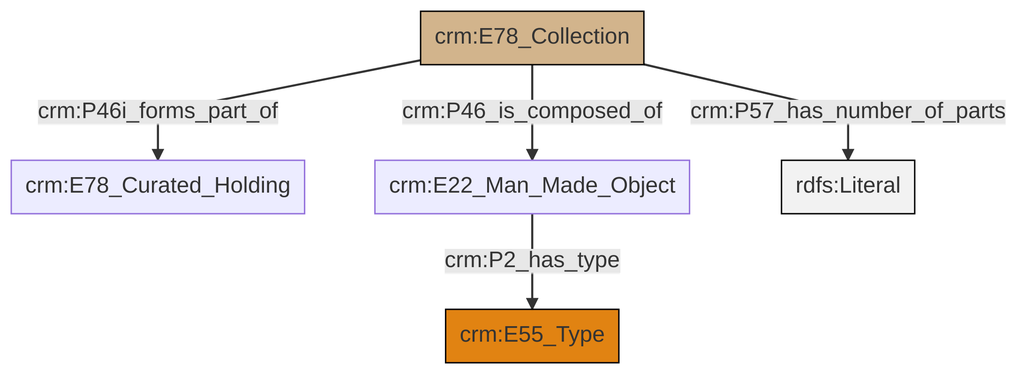
The Mermaid diagram et/archivalCSV/ttl/mmd/png/archival_parthood.png in swiss-art-research-net/docs.swissartresearch, before a commit. Its source is kept beside it as et/archivalCSV/ttl/mmd/archival_parthood.ttl.mmd.
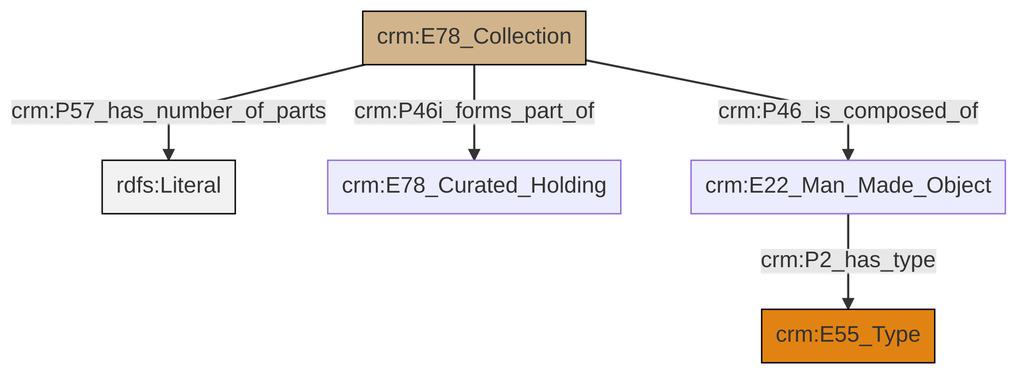
After the change.

Change to the diagram source:
```diff
@@ -13,7 +13,7 @@
 classDef PC_Classes fill:#4ce600, stroke:#000000;
 classDef Multi fill:#cccccc,stroke:#000000;
 
-2["crm:E22_Man_Made_Object"]:::Default -->|crm:P2_has_type| 3["crm:E55_Type"]:::Type
-4["crm:E78_Collection"]:::Physical_Thing -->|crm:P46_is_composed_of| 2["crm:E22_Man_Made_Object"]:::Default
-4["crm:E78_Collection"]:::Physical_Thing -->|crm:P46i_forms_part_of| 0["crm:E78_Curated_Holding"]:::Default
-4["crm:E78_Collection"]:::Physical_Thing -->|crm:P57_has_number_of_parts| 8[rdfs:Literal]:::Literal
+0["crm:E78_Collection"]:::Physical_Thing -->|crm:P57_has_number_of_parts| 1[rdfs:Literal]:::Literal
+0["crm:E78_Collection"]:::Physical_Thing -->|crm:P46i_forms_part_of| 2["crm:E78_Curated_Holding"]:::Default
+0["crm:E78_Collection"]:::Physical_Thing -->|crm:P46_is_composed_of| 5["crm:E22_Man_Made_Object"]:::Default
+5["crm:E22_Man_Made_Object"]:::Default -->|crm:P2_has_type| 7["crm:E55_Type"]:::Type
```
